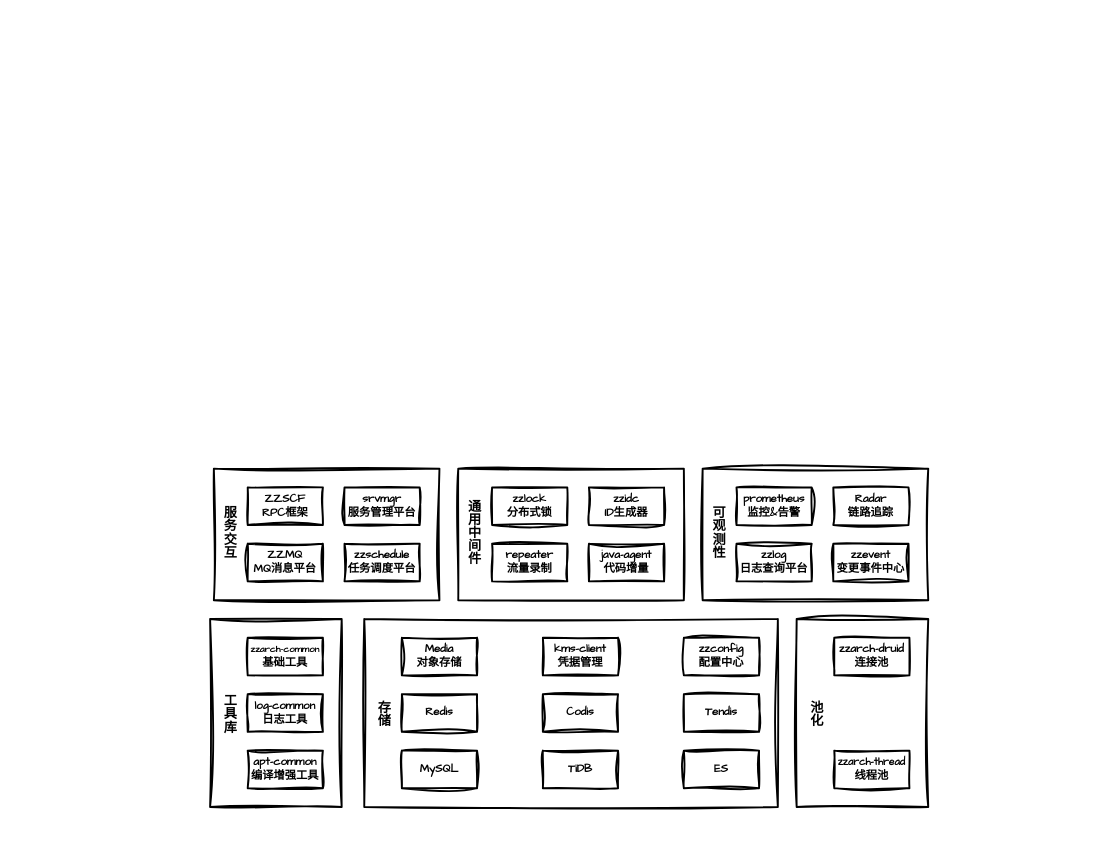
Earlier version of the draw.io diagram tech/arch/架构部技术体系.drawio (zhuanzhuan-tech/arch-draw-io). Source tidied: cells renumbered, new cells numbered last; positions are measured from the earlier drawing's top-left corner, leaving out a move shared by most shapes. Both pictures are drawn from the tidied source at 94%, with x=0, y=0 at pixel (190, 468).
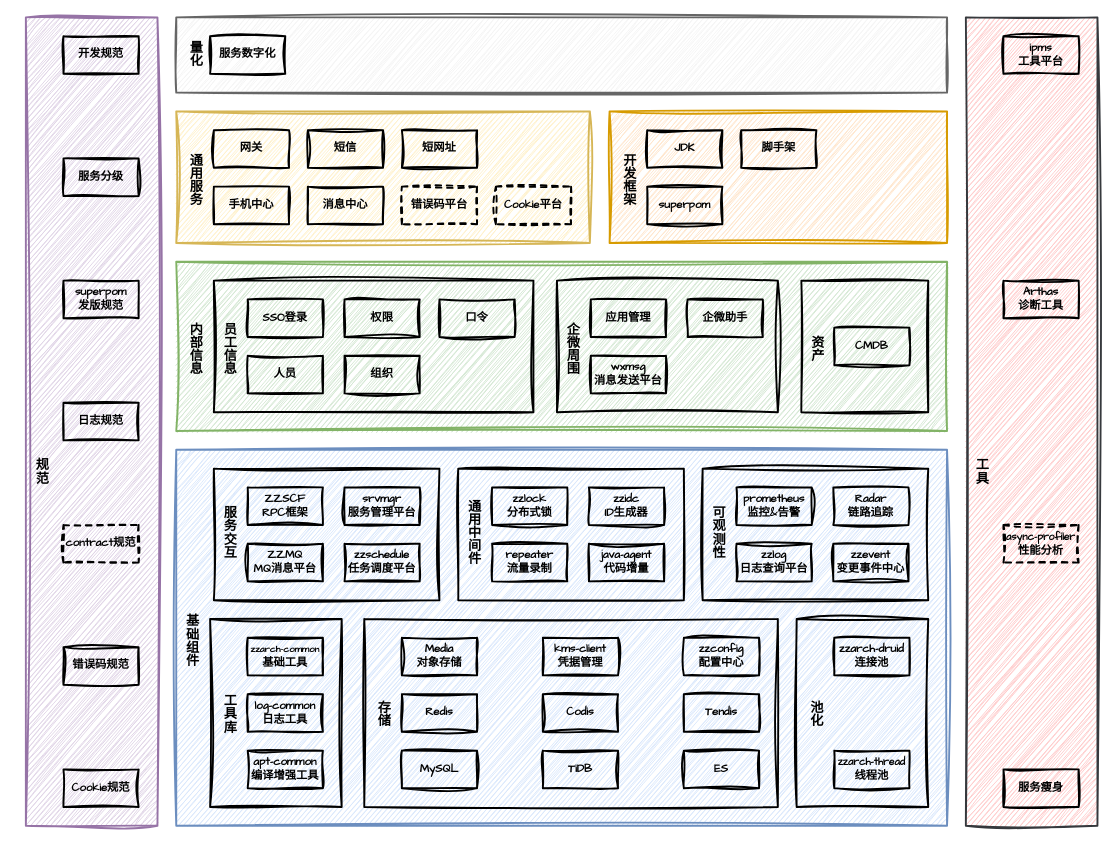
The same page after the edit.

Commit message (it also covers changes not shown here):
更新架构部技术体系.drawio

Change to the diagram source:
```diff
@@
+    <mxCell id="40" style="rounded=0;whiteSpace=wrap;html=1;sketch=1;hachureGap=4;jiggle=2;curveFitting=1;fontFamily=Architects Daughter;fillColor=#d5e8d4;fontStyle=0;strokeWidth=2;strokeColor=#82b366;" parent="1" vertex="1">
+      <mxGeometry x="-15" y="-220" width="820" height="180" as="geometry" />
+    </mxCell>
+    <mxCell id="41" style="rounded=0;whiteSpace=wrap;html=1;sketch=1;hachureGap=4;jiggle=2;curveFitting=1;fontFamily=Architects Daughter;fillColor=#dae8fc;fontStyle=0;strokeWidth=2;strokeColor=#6c8ebf;" parent="1" vertex="1">
+      <mxGeometry x="-15" y="-20" width="820" height="400" as="geometry" />
+    </mxCell>
@@
+    <mxCell id="42" value="&lt;font style=&quot;font-size: 14px;&quot;&gt;&lt;b&gt;基础组件&lt;/b&gt;&lt;/font&gt;" style="text;html=1;align=center;verticalAlign=middle;strokeColor=none;fillColor=none;fontFamily=Architects Daughter;horizontal=1;textDirection=vertical-lr;" parent="1" vertex="1">
+      <mxGeometry x="-40" y="180" width="80" height="30" as="geometry" />
+    </mxCell>
+    <mxCell id="43" style="rounded=0;whiteSpace=wrap;html=1;sketch=1;hachureGap=4;jiggle=2;curveFitting=1;fontFamily=Architects Daughter;fillColor=none;fontStyle=0;strokeWidth=2;" parent="1" vertex="1">
+      <mxGeometry x="25" y="-200" width="340" height="140" as="geometry" />
+    </mxCell>
+    <mxCell id="44" value="&lt;span style=&quot;font-size: 14px;&quot;&gt;&lt;b&gt;员工信息&lt;/b&gt;&lt;/span&gt;" style="text;html=1;align=center;verticalAlign=middle;strokeColor=none;fillColor=none;fontFamily=Architects Daughter;horizontal=1;textDirection=vertical-lr;" parent="1" vertex="1">
+      <mxGeometry y="-130" width="80" height="30" as="geometry" />
+    </mxCell>
+    <mxCell id="45" value="&lt;b&gt;人员&lt;/b&gt;" style="rounded=0;whiteSpace=wrap;html=1;sketch=1;hachureGap=4;jiggle=2;curveFitting=1;fontFamily=Architects Daughter;fillColor=none;strokeWidth=2;" parent="1" vertex="1">
+      <mxGeometry x="61" y="-120" width="80" height="40" as="geometry" />
+    </mxCell>
+    <mxCell id="46" value="&lt;b&gt;组织&lt;/b&gt;" style="rounded=0;whiteSpace=wrap;html=1;sketch=1;hachureGap=4;jiggle=2;curveFitting=1;fontFamily=Architects Daughter;fillColor=none;strokeWidth=2;" parent="1" vertex="1">
+      <mxGeometry x="164" y="-120" width="80" height="40" as="geometry" />
+    </mxCell>
+    <mxCell id="47" value="&lt;b&gt;SSO登录&lt;/b&gt;" style="rounded=0;whiteSpace=wrap;html=1;sketch=1;hachureGap=4;jiggle=2;curveFitting=1;fontFamily=Architects Daughter;fillColor=none;strokeWidth=2;" parent="1" vertex="1">
+      <mxGeometry x="61" y="-180" width="80" height="40" as="geometry" />
+    </mxCell>
+    <mxCell id="48" value="&lt;b&gt;权限&lt;/b&gt;" style="rounded=0;whiteSpace=wrap;html=1;sketch=1;hachureGap=4;jiggle=2;curveFitting=1;fontFamily=Architects Daughter;fillColor=none;strokeWidth=2;" parent="1" vertex="1">
+      <mxGeometry x="164" y="-180" width="80" height="40" as="geometry" />
+    </mxCell>
+    <mxCell id="49" value="&lt;b&gt;口令&lt;/b&gt;" style="rounded=0;whiteSpace=wrap;html=1;sketch=1;hachureGap=4;jiggle=2;curveFitting=1;fontFamily=Architects Daughter;fillColor=none;strokeWidth=2;" parent="1" vertex="1">
+      <mxGeometry x="265" y="-180" width="80" height="40" as="geometry" />
+    </mxCell>
+    <mxCell id="50" style="rounded=0;whiteSpace=wrap;html=1;sketch=1;hachureGap=4;jiggle=2;curveFitting=1;fontFamily=Architects Daughter;fillColor=none;fontStyle=0;strokeWidth=2;" parent="1" vertex="1">
+      <mxGeometry x="390" y="-200" width="235" height="140" as="geometry" />
+    </mxCell>
+    <mxCell id="51" value="&lt;span style=&quot;font-size: 14px;&quot;&gt;&lt;b&gt;企微周围&lt;/b&gt;&lt;/span&gt;" style="text;html=1;align=center;verticalAlign=middle;strokeColor=none;fillColor=none;fontFamily=Architects Daughter;horizontal=1;textDirection=vertical-lr;" parent="1" vertex="1">
+      <mxGeometry x="365" y="-130" width="80" height="30" as="geometry" />
+    </mxCell>
+    <mxCell id="52" value="&lt;b&gt;wxmsg&lt;/b&gt;&lt;div&gt;&lt;b&gt;消息发送平台&lt;/b&gt;&lt;/div&gt;" style="rounded=0;whiteSpace=wrap;html=1;sketch=1;hachureGap=4;jiggle=2;curveFitting=1;fontFamily=Architects Daughter;fillColor=none;strokeWidth=2;" parent="1" vertex="1">
+      <mxGeometry x="426" y="-120" width="80" height="40" as="geometry" />
+    </mxCell>
+    <mxCell id="53" value="&lt;b&gt;应用管理&lt;/b&gt;" style="rounded=0;whiteSpace=wrap;html=1;sketch=1;hachureGap=4;jiggle=2;curveFitting=1;fontFamily=Architects Daughter;fillColor=none;strokeWidth=2;" parent="1" vertex="1">
+      <mxGeometry x="426" y="-180" width="80" height="40" as="geometry" />
+    </mxCell>
+    <mxCell id="54" value="&lt;b&gt;企微助手&lt;/b&gt;" style="rounded=0;whiteSpace=wrap;html=1;sketch=1;hachureGap=4;jiggle=2;curveFitting=1;fontFamily=Architects Daughter;fillColor=none;strokeWidth=2;" parent="1" vertex="1">
+      <mxGeometry x="529" y="-180" width="80" height="40" as="geometry" />
+    </mxCell>
+    <mxCell id="55" style="rounded=0;whiteSpace=wrap;html=1;sketch=1;hachureGap=4;jiggle=2;curveFitting=1;fontFamily=Architects Daughter;fillColor=none;fontStyle=0;strokeWidth=2;" parent="1" vertex="1">
+      <mxGeometry x="650" y="-200" width="135" height="140" as="geometry" />
+    </mxCell>
+    <mxCell id="56" value="&lt;span style=&quot;font-size: 14px;&quot;&gt;&lt;b&gt;资产&lt;/b&gt;&lt;/span&gt;" style="text;html=1;align=center;verticalAlign=middle;strokeColor=none;fillColor=none;fontFamily=Architects Daughter;horizontal=1;textDirection=vertical-lr;" parent="1" vertex="1">
+      <mxGeometry x="640" y="-130" width="50" height="30" as="geometry" />
+    </mxCell>
+    <mxCell id="57" value="&lt;b&gt;CMDB&lt;/b&gt;" style="rounded=0;whiteSpace=wrap;html=1;sketch=1;hachureGap=4;jiggle=2;curveFitting=1;fontFamily=Architects Daughter;fillColor=none;strokeWidth=2;" parent="1" vertex="1">
+      <mxGeometry x="685" y="-150" width="80" height="40" as="geometry" />
+    </mxCell>
+    <mxCell id="58" value="&lt;font style=&quot;font-size: 14px;&quot;&gt;&lt;b&gt;内部信息&lt;/b&gt;&lt;/font&gt;" style="text;html=1;align=center;verticalAlign=middle;strokeColor=none;fillColor=none;fontFamily=Architects Daughter;horizontal=1;textDirection=vertical-lr;" parent="1" vertex="1">
+      <mxGeometry x="-36" y="-130" width="80" height="30" as="geometry" />
+    </mxCell>
+    <mxCell id="59" style="rounded=0;whiteSpace=wrap;html=1;sketch=1;hachureGap=4;jiggle=2;curveFitting=1;fontFamily=Architects Daughter;fillColor=#fff2cc;fontStyle=0;strokeWidth=2;strokeColor=#d6b656;" parent="1" vertex="1">
+      <mxGeometry x="-15" y="-380" width="440" height="140" as="geometry" />
+    </mxCell>
+    <mxCell id="60" value="&lt;b&gt;短网址&lt;/b&gt;" style="rounded=0;whiteSpace=wrap;html=1;sketch=1;hachureGap=4;jiggle=2;curveFitting=1;fontFamily=Architects Daughter;fillColor=none;strokeWidth=2;" parent="1" vertex="1">
+      <mxGeometry x="225" y="-360" width="80" height="40" as="geometry" />
+    </mxCell>
+    <mxCell id="61" value="&lt;b&gt;手机中心&lt;/b&gt;" style="rounded=0;whiteSpace=wrap;html=1;sketch=1;hachureGap=4;jiggle=2;curveFitting=1;fontFamily=Architects Daughter;fillColor=none;strokeWidth=2;" parent="1" vertex="1">
+      <mxGeometry x="25" y="-300" width="80" height="40" as="geometry" />
+    </mxCell>
+    <mxCell id="62" value="&lt;b&gt;网关&lt;/b&gt;" style="rounded=0;whiteSpace=wrap;html=1;sketch=1;hachureGap=4;jiggle=2;curveFitting=1;fontFamily=Architects Daughter;fillColor=none;strokeWidth=2;" parent="1" vertex="1">
+      <mxGeometry x="25" y="-360" width="80" height="40" as="geometry" />
+    </mxCell>
+    <mxCell id="63" value="&lt;b&gt;短信&lt;/b&gt;" style="rounded=0;whiteSpace=wrap;html=1;sketch=1;hachureGap=4;jiggle=2;curveFitting=1;fontFamily=Architects Daughter;fillColor=none;strokeWidth=2;" parent="1" vertex="1">
+      <mxGeometry x="125" y="-360" width="80" height="40" as="geometry" />
+    </mxCell>
+    <mxCell id="64" value="&lt;b&gt;消息中心&lt;/b&gt;" style="rounded=0;whiteSpace=wrap;html=1;sketch=1;hachureGap=4;jiggle=2;curveFitting=1;fontFamily=Architects Daughter;fillColor=none;strokeWidth=2;" parent="1" vertex="1">
+      <mxGeometry x="125" y="-300" width="80" height="40" as="geometry" />
+    </mxCell>
+    <mxCell id="65" value="&lt;font style=&quot;font-size: 14px;&quot;&gt;&lt;b&gt;通用服务&lt;/b&gt;&lt;/font&gt;" style="text;html=1;align=center;verticalAlign=middle;strokeColor=none;fillColor=none;fontFamily=Architects Daughter;horizontal=1;textDirection=vertical-lr;" parent="1" vertex="1">
+      <mxGeometry x="-36" y="-310" width="80" height="30" as="geometry" />
+    </mxCell>
+    <mxCell id="66" value="&lt;b&gt;错误码平台&lt;/b&gt;" style="rounded=0;whiteSpace=wrap;html=1;sketch=1;hachureGap=4;jiggle=2;curveFitting=1;fontFamily=Architects Daughter;fillColor=none;strokeWidth=2;dashed=1;" parent="1" vertex="1">
+      <mxGeometry x="225" y="-300" width="80" height="40" as="geometry" />
+    </mxCell>
+    <mxCell id="67" value="&lt;b&gt;Cookie平台&lt;/b&gt;" style="rounded=0;whiteSpace=wrap;html=1;sketch=1;hachureGap=4;jiggle=2;curveFitting=1;fontFamily=Architects Daughter;fillColor=none;strokeWidth=2;dashed=1;" parent="1" vertex="1">
+      <mxGeometry x="325" y="-300" width="80" height="40" as="geometry" />
+    </mxCell>
+    <mxCell id="68" style="rounded=0;whiteSpace=wrap;html=1;sketch=1;hachureGap=4;jiggle=2;curveFitting=1;fontFamily=Architects Daughter;fillColor=#ffe6cc;fontStyle=0;strokeWidth=2;strokeColor=#d79b00;" parent="1" vertex="1">
+      <mxGeometry x="446" y="-380" width="359" height="140" as="geometry" />
+    </mxCell>
+    <mxCell id="69" value="&lt;b&gt;superpom&lt;/b&gt;" style="rounded=0;whiteSpace=wrap;html=1;sketch=1;hachureGap=4;jiggle=2;curveFitting=1;fontFamily=Architects Daughter;fillColor=none;strokeWidth=2;" parent="1" vertex="1">
+      <mxGeometry x="486" y="-300" width="80" height="40" as="geometry" />
+    </mxCell>
+    <mxCell id="70" value="&lt;b&gt;JDK&lt;/b&gt;" style="rounded=0;whiteSpace=wrap;html=1;sketch=1;hachureGap=4;jiggle=2;curveFitting=1;fontFamily=Architects Daughter;fillColor=none;strokeWidth=2;" parent="1" vertex="1">
+      <mxGeometry x="486" y="-360" width="80" height="40" as="geometry" />
+    </mxCell>
+    <mxCell id="71" value="&lt;b&gt;脚手架&lt;/b&gt;" style="rounded=0;whiteSpace=wrap;html=1;sketch=1;hachureGap=4;jiggle=2;curveFitting=1;fontFamily=Architects Daughter;fillColor=none;strokeWidth=2;" parent="1" vertex="1">
+      <mxGeometry x="586" y="-360" width="80" height="40" as="geometry" />
+    </mxCell>
+    <mxCell id="72" value="&lt;font style=&quot;font-size: 14px;&quot;&gt;&lt;b&gt;开发框架&lt;/b&gt;&lt;/font&gt;" style="text;html=1;align=center;verticalAlign=middle;strokeColor=none;fillColor=none;fontFamily=Architects Daughter;horizontal=1;textDirection=vertical-lr;" parent="1" vertex="1">
+      <mxGeometry x="425" y="-310" width="80" height="30" as="geometry" />
+    </mxCell>
+    <mxCell id="73" style="rounded=0;whiteSpace=wrap;html=1;sketch=1;hachureGap=4;jiggle=2;curveFitting=1;fontFamily=Architects Daughter;fillColor=#e1d5e7;fontStyle=0;strokeWidth=2;strokeColor=#9673a6;" parent="1" vertex="1">
+      <mxGeometry x="-175" y="-480" width="140" height="860" as="geometry" />
+    </mxCell>
+    <mxCell id="74" value="&lt;span style=&quot;font-size: 14px;&quot;&gt;&lt;b&gt;规范&lt;/b&gt;&lt;/span&gt;" style="text;html=1;align=center;verticalAlign=middle;strokeColor=none;fillColor=none;fontFamily=Architects Daughter;horizontal=1;textDirection=vertical-lr;" parent="1" vertex="1">
+      <mxGeometry x="-185" width="50" height="30" as="geometry" />
+    </mxCell>
+    <mxCell id="75" value="&lt;b&gt;开发规范&lt;/b&gt;" style="rounded=0;whiteSpace=wrap;html=1;sketch=1;hachureGap=4;jiggle=2;curveFitting=1;fontFamily=Architects Daughter;fillColor=none;strokeWidth=2;" parent="1" vertex="1">
+      <mxGeometry x="-135" y="-460" width="80" height="40" as="geometry" />
+    </mxCell>
+    <mxCell id="76" value="&lt;b&gt;服务分级&lt;/b&gt;" style="rounded=0;whiteSpace=wrap;html=1;sketch=1;hachureGap=4;jiggle=2;curveFitting=1;fontFamily=Architects Daughter;fillColor=none;strokeWidth=2;" parent="1" vertex="1">
+      <mxGeometry x="-135" y="-330" width="80" height="40" as="geometry" />
+    </mxCell>
+    <mxCell id="77" value="&lt;b&gt;superpom&lt;/b&gt;&lt;div&gt;&lt;b&gt;发版规范&lt;/b&gt;&lt;/div&gt;" style="rounded=0;whiteSpace=wrap;html=1;sketch=1;hachureGap=4;jiggle=2;curveFitting=1;fontFamily=Architects Daughter;fillColor=none;strokeWidth=2;" parent="1" vertex="1">
+      <mxGeometry x="-135" y="-200" width="80" height="40" as="geometry" />
+    </mxCell>
+    <mxCell id="78" value="&lt;b&gt;日志规范&lt;/b&gt;" style="rounded=0;whiteSpace=wrap;html=1;sketch=1;hachureGap=4;jiggle=2;curveFitting=1;fontFamily=Architects Daughter;fillColor=none;strokeWidth=2;" parent="1" vertex="1">
+      <mxGeometry x="-135" y="-70" width="80" height="40" as="geometry" />
+    </mxCell>
+    <mxCell id="79" value="&lt;b&gt;contract规范&lt;/b&gt;" style="rounded=0;whiteSpace=wrap;html=1;sketch=1;hachureGap=4;jiggle=2;curveFitting=1;fontFamily=Architects Daughter;fillColor=none;strokeWidth=2;dashed=1;" parent="1" vertex="1">
+      <mxGeometry x="-135" y="60" width="80" height="40" as="geometry" />
+    </mxCell>
+    <mxCell id="80" value="&lt;b&gt;错误码规范&lt;/b&gt;" style="rounded=0;whiteSpace=wrap;html=1;sketch=1;hachureGap=4;jiggle=2;curveFitting=1;fontFamily=Architects Daughter;fillColor=none;strokeWidth=2;" parent="1" vertex="1">
+      <mxGeometry x="-135" y="190" width="80" height="40" as="geometry" />
+    </mxCell>
+    <mxCell id="81" value="&lt;b&gt;Cookie规范&lt;/b&gt;" style="rounded=0;whiteSpace=wrap;html=1;sketch=1;hachureGap=4;jiggle=2;curveFitting=1;fontFamily=Architects Daughter;fillColor=none;strokeWidth=2;" parent="1" vertex="1">
+      <mxGeometry x="-135" y="320" width="80" height="40" as="geometry" />
+    </mxCell>
+    <mxCell id="82" style="rounded=0;whiteSpace=wrap;html=1;sketch=1;hachureGap=4;jiggle=2;curveFitting=1;fontFamily=Architects Daughter;fillColor=#f5f5f5;fontStyle=0;strokeWidth=2;strokeColor=#666666;fontColor=#333333;" parent="1" vertex="1">
+      <mxGeometry x="-15" y="-480" width="820" height="80" as="geometry" />
+    </mxCell>
+    <mxCell id="83" value="&lt;b&gt;服务数字化&lt;/b&gt;" style="rounded=0;whiteSpace=wrap;html=1;sketch=1;hachureGap=4;jiggle=2;curveFitting=1;fontFamily=Architects Daughter;fillColor=none;strokeWidth=2;" parent="1" vertex="1">
+      <mxGeometry x="21" y="-460" width="80" height="40" as="geometry" />
+    </mxCell>
+    <mxCell id="84" value="&lt;font style=&quot;font-size: 14px;&quot;&gt;&lt;b&gt;量化&lt;/b&gt;&lt;/font&gt;" style="text;html=1;align=center;verticalAlign=middle;strokeColor=none;fillColor=none;fontFamily=Architects Daughter;horizontal=1;textDirection=vertical-lr;" parent="1" vertex="1">
+      <mxGeometry x="-21" y="-444" width="50" height="30" as="geometry" />
+    </mxCell>
+    <mxCell id="85" style="rounded=0;whiteSpace=wrap;html=1;sketch=1;hachureGap=4;jiggle=2;curveFitting=1;fontFamily=Architects Daughter;fontStyle=0;strokeWidth=2;fillColor=#ffcccc;strokeColor=#36393d;" parent="1" vertex="1">
+      <mxGeometry x="825" y="-480" width="140" height="860" as="geometry" />
+    </mxCell>
+    <mxCell id="86" value="&lt;span style=&quot;font-size: 14px;&quot;&gt;&lt;b&gt;工具&lt;/b&gt;&lt;/span&gt;" style="text;html=1;align=center;verticalAlign=middle;strokeColor=none;fillColor=none;fontFamily=Architects Daughter;horizontal=1;textDirection=vertical-lr;" parent="1" vertex="1">
+      <mxGeometry x="815" width="50" height="30" as="geometry" />
+    </mxCell>
+    <mxCell id="87" value="&lt;b&gt;ipms&lt;/b&gt;&lt;div&gt;&lt;b&gt;工具平台&lt;/b&gt;&lt;/div&gt;" style="rounded=0;whiteSpace=wrap;html=1;sketch=1;hachureGap=4;jiggle=2;curveFitting=1;fontFamily=Architects Daughter;fillColor=none;strokeWidth=2;" parent="1" vertex="1">
+      <mxGeometry x="865" y="-460" width="80" height="40" as="geometry" />
+    </mxCell>
+    <mxCell id="88" value="&lt;b&gt;Arthas&lt;/b&gt;&lt;div&gt;&lt;b&gt;诊断工具&lt;/b&gt;&lt;/div&gt;" style="rounded=0;whiteSpace=wrap;html=1;sketch=1;hachureGap=4;jiggle=2;curveFitting=1;fontFamily=Architects Daughter;fillColor=none;strokeWidth=2;" parent="1" vertex="1">
+      <mxGeometry x="865" y="-200" width="80" height="40" as="geometry" />
+    </mxCell>
+    <mxCell id="89" value="&lt;b&gt;&lt;font style=&quot;font-size: 11px;&quot;&gt;async-profiler&lt;/font&gt;&lt;/b&gt;&lt;div&gt;&lt;b&gt;性能分析&lt;/b&gt;&lt;/div&gt;" style="rounded=0;whiteSpace=wrap;html=1;sketch=1;hachureGap=4;jiggle=2;curveFitting=1;fontFamily=Architects Daughter;fillColor=none;strokeWidth=2;dashed=1;" parent="1" vertex="1">
+      <mxGeometry x="865" y="60" width="80" height="40" as="geometry" />
+    </mxCell>
+    <mxCell id="90" value="&lt;b&gt;服务瘦身&lt;/b&gt;" style="rounded=0;whiteSpace=wrap;html=1;sketch=1;hachureGap=4;jiggle=2;curveFitting=1;fontFamily=Architects Daughter;fillColor=none;strokeWidth=2;" parent="1" vertex="1">
+      <mxGeometry x="865" y="320" width="80" height="40" as="geometry" />
+    </mxCell>
```
